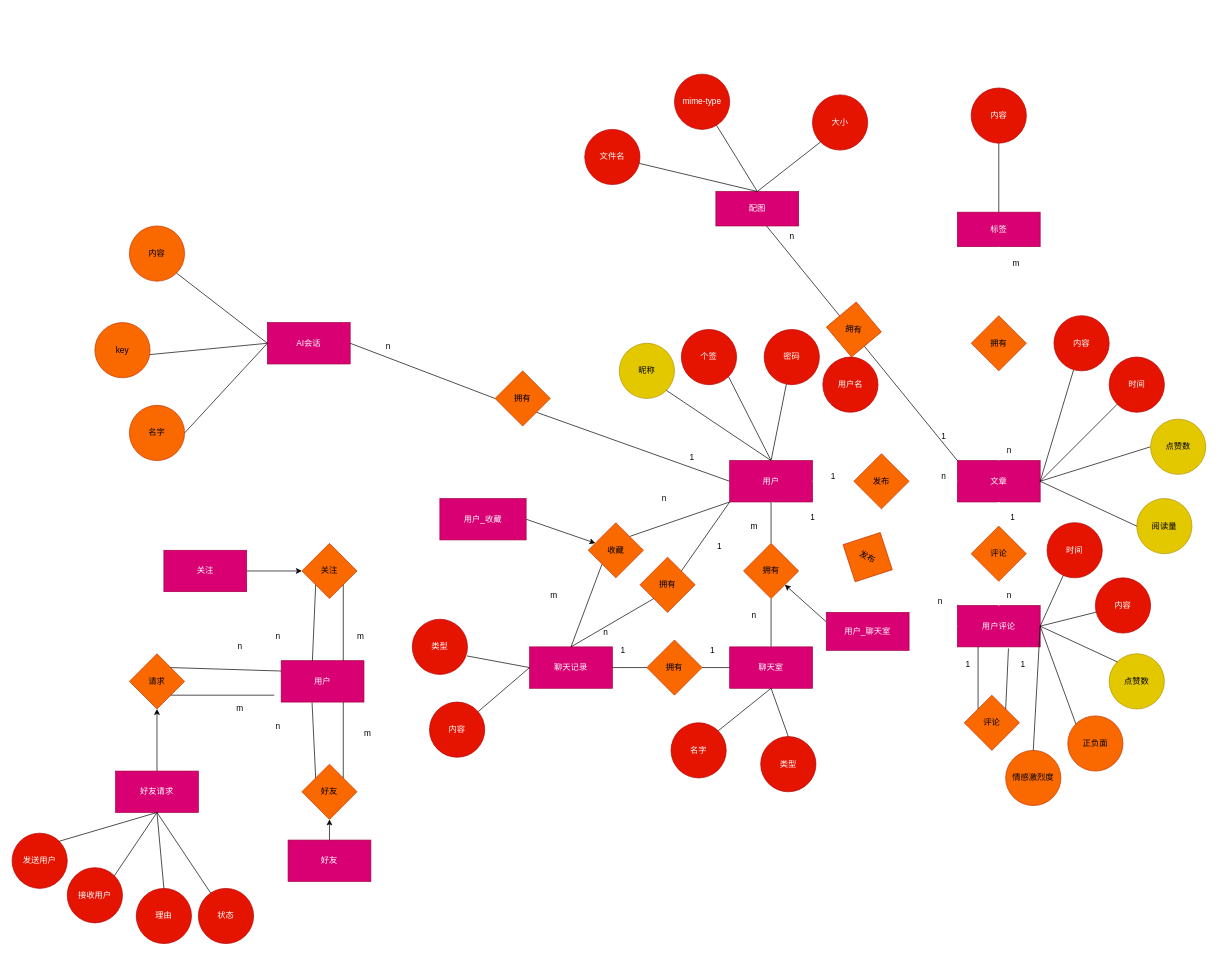
Above: prisma/E-R.drawio in weicanie/coderhow-backend (draw.io), before the change. Source tidied: cells renumbered, new cells numbered last; positions are measured from the earlier drawing's top-left corner, leaving out a move shared by most shapes. Both pictures are drawn from the tidied source at 69%, with x=0, y=0 at pixel (12, 74).
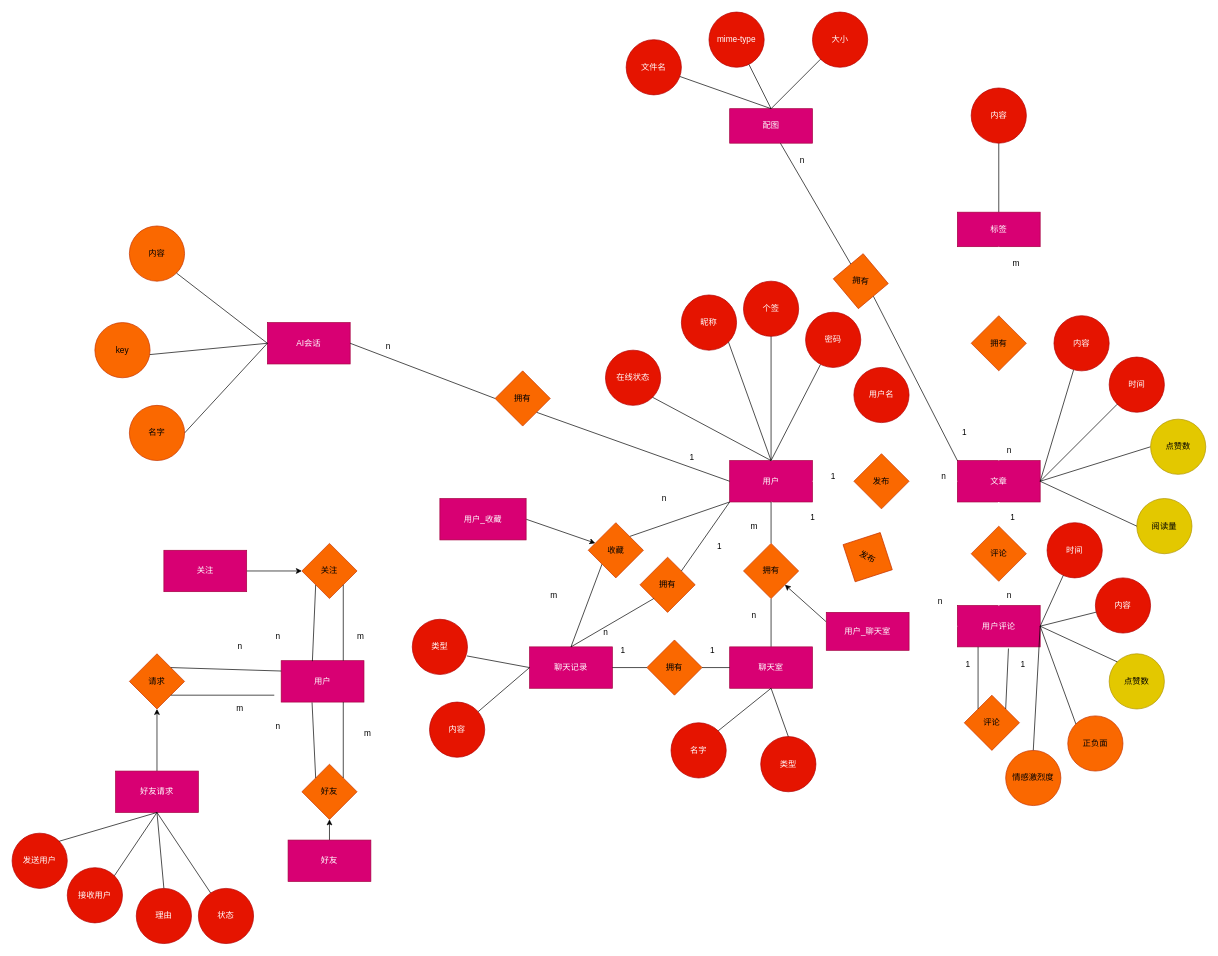
The same page after the edit.

The change refers to these unchanged cells:
```xml
<mxCell id="2" value="用户" style="rounded=0;whiteSpace=wrap;html=1;fillColor=#d80073;fontColor=#ffffff;strokeColor=#A50040;" parent="1" vertex="1">
  <mxGeometry x="1040" y="560" width="120" height="60" as="geometry" />
</mxCell>
<mxCell id="3" value="文章" style="rounded=0;whiteSpace=wrap;html=1;fillColor=#d80073;fontColor=#ffffff;strokeColor=#A50040;" parent="1" vertex="1">
  <mxGeometry x="1370" y="560" width="120" height="60" as="geometry" />
</mxCell>
```

What changed in the source:
```diff
@@
     <mxCell id="15" value="用户名" style="ellipse;whiteSpace=wrap;html=1;rounded=0;fillColor=#e51400;fontColor=#ffffff;strokeColor=#B20000;" parent="1" vertex="1">
-      <mxGeometry x="1175" y="410" width="80" height="80" as="geometry" />
+      <mxGeometry x="1220" y="425" width="80" height="80" as="geometry" />
     </mxCell>
@@
     <mxCell id="18" value="密码" style="ellipse;whiteSpace=wrap;html=1;fillColor=#e51400;fontColor=#ffffff;strokeColor=#B20000;" parent="1" vertex="1">
-      <mxGeometry x="1090" y="370" width="80" height="80" as="geometry" />
+      <mxGeometry x="1150" y="345" width="80" height="80" as="geometry" />
     </mxCell>
@@
     <mxCell id="44" value="配图" style="whiteSpace=wrap;html=1;fillColor=#d80073;fontColor=#ffffff;strokeColor=#A50040;" parent="1" vertex="1">
-      <mxGeometry x="1020" y="170" width="120" height="50" as="geometry" />
+      <mxGeometry x="1040" y="50" width="120" height="50" as="geometry" />
     </mxCell>
-    <mxCell id="45" style="endArrow=none;html=1;entryX=0;entryY=0;entryDx=0;entryDy=0;exitX=0.613;exitY=1.003;exitDx=0;exitDy=0;exitPerimeter=0;" parent="1" edge="1" source="44" target="3">
+    <mxCell id="45" style="endArrow=none;html=1;entryX=0;entryY=0;entryDx=0;entryDy=0;exitX=1;exitY=1;exitDx=0;exitDy=0;startArrow=none;" parent="1" edge="1" source="46" target="3">
       <mxGeometry relative="1" as="geometry" />
     </mxCell>
-    <mxCell id="46" value="拥有" style="rhombus;whiteSpace=wrap;html=1;rotation=5;fillColor=#fa6800;fontColor=#000000;strokeColor=#C73500;" parent="1" vertex="1">
-      <mxGeometry x="1180" y="330" width="80" height="80" as="geometry" />
-    </mxCell>
     <mxCell id="47" value="1" style="text;html=1;align=center;verticalAlign=middle;strokeColor=none;fillColor=none;" parent="1" vertex="1">
-      <mxGeometry x="1335" y="510" width="30" height="30" as="geometry" />
+      <mxGeometry x="1365" y="505" width="30" height="30" as="geometry" />
     </mxCell>
     <mxCell id="48" value="n" style="text;html=1;align=center;verticalAlign=middle;strokeColor=none;fillColor=none;rotation=0;" parent="1" vertex="1">
-      <mxGeometry x="1115" y="220" width="30" height="30" as="geometry" />
+      <mxGeometry x="1130" y="110" width="30" height="30" as="geometry" />
     </mxCell>
     <mxCell id="49" value="文件名" style="ellipse;whiteSpace=wrap;html=1;fillColor=#e51400;fontColor=#ffffff;strokeColor=#B20000;" parent="1" vertex="1">
-      <mxGeometry x="830" y="80" width="80" height="80" as="geometry" />
+      <mxGeometry x="890" y="-50" width="80" height="80" as="geometry" />
     </mxCell>
     <mxCell id="50" value="mime-type" style="ellipse;whiteSpace=wrap;html=1;fillColor=#e51400;fontColor=#ffffff;strokeColor=#B20000;" parent="1" vertex="1">
-      <mxGeometry x="960" width="80" height="80" as="geometry" />
+      <mxGeometry x="1010" y="-90" width="80" height="80" as="geometry" />
     </mxCell>
     <mxCell id="51" value="大小" style="ellipse;whiteSpace=wrap;html=1;fillColor=#e51400;fontColor=#ffffff;strokeColor=#B20000;" parent="1" vertex="1">
-      <mxGeometry x="1160" y="30" width="80" height="80" as="geometry" />
+      <mxGeometry x="1160" y="-90" width="80" height="80" as="geometry" />
     </mxCell>
@@
     <mxCell id="71" value="个签" style="ellipse;whiteSpace=wrap;html=1;fillColor=#e51400;fontColor=#ffffff;strokeColor=#B20000;" parent="1" vertex="1">
-      <mxGeometry x="970" y="370" width="80" height="80" as="geometry" />
+      <mxGeometry x="1060" y="300" width="80" height="80" as="geometry" />
     </mxCell>
-    <mxCell id="72" style="endArrow=none;html=1;rounded=0;entryX=1;entryY=1;entryDx=0;entryDy=0;exitX=0.5;exitY=0;exitDx=0;exitDy=0;" parent="1" edge="1" source="2" target="71">
+    <mxCell id="72" style="endArrow=none;html=1;rounded=0;exitX=0.5;exitY=0;exitDx=0;exitDy=0;" parent="1" edge="1" source="2" target="71">
       <mxGeometry relative="1" as="geometry" />
     </mxCell>
@@
-    <mxCell id="98" value="昵称" style="ellipse;whiteSpace=wrap;html=1;fillColor=#e3c800;fontColor=#000000;strokeColor=#B09500;" parent="1" vertex="1">
-      <mxGeometry x="880" y="390" width="80" height="80" as="geometry" />
+    <mxCell id="98" value="昵称" style="ellipse;whiteSpace=wrap;html=1;fillColor=#e51400;fontColor=#ffffff;strokeColor=#B20000;" parent="1" vertex="1">
+      <mxGeometry x="970" y="320" width="80" height="80" as="geometry" />
     </mxCell>
@@
+    <mxCell id="144" style="endArrow=none;html=1;exitX=0.613;exitY=1.003;exitDx=0;exitDy=0;exitPerimeter=0;" parent="1" edge="1" source="44" target="46">
+      <mxGeometry relative="1" as="geometry" />
+    </mxCell>
+    <mxCell id="46" value="拥有" style="rhombus;whiteSpace=wrap;html=1;rotation=5;fillColor=#fa6800;fontColor=#000000;strokeColor=#C73500;" parent="1" vertex="1">
+      <mxGeometry x="1190" y="260" width="80" height="80" as="geometry" />
+    </mxCell>
+    <mxCell id="145" value="在线状态" style="ellipse;whiteSpace=wrap;html=1;fillColor=#e51400;fontColor=#ffffff;strokeColor=#B20000;" parent="1" vertex="1">
+      <mxGeometry x="860" y="400" width="80" height="80" as="geometry" />
+    </mxCell>
+    <mxCell id="146" style="endArrow=none;html=1;exitX=1;exitY=1;exitDx=0;exitDy=0;entryX=0.5;entryY=0;entryDx=0;entryDy=0;" parent="1" edge="1" source="145" target="2">
+      <mxGeometry relative="1" as="geometry" />
+    </mxCell>
```
